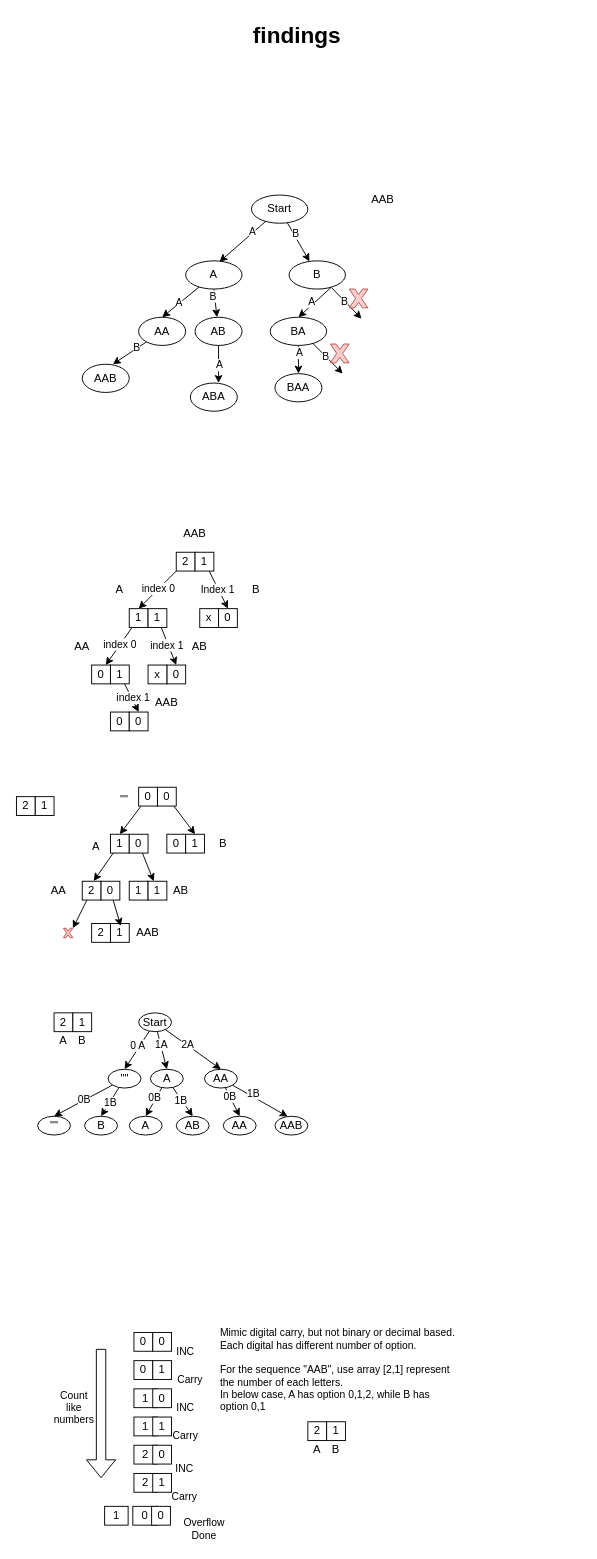
seanwangtech/leetcode-practice keeps this draw.io diagram as 20250217-1079. Letter Tile Possibilities/causal-hand-draft.drawio. Above is the earlier version. Source tidied: cells renumbered, new cells numbered last; positions are measured from the earlier drawing's top-left corner, leaving out a move shared by most shapes. Both pictures are drawn from the tidied source at 94%, with x=0, y=0 at pixel (16, 16).
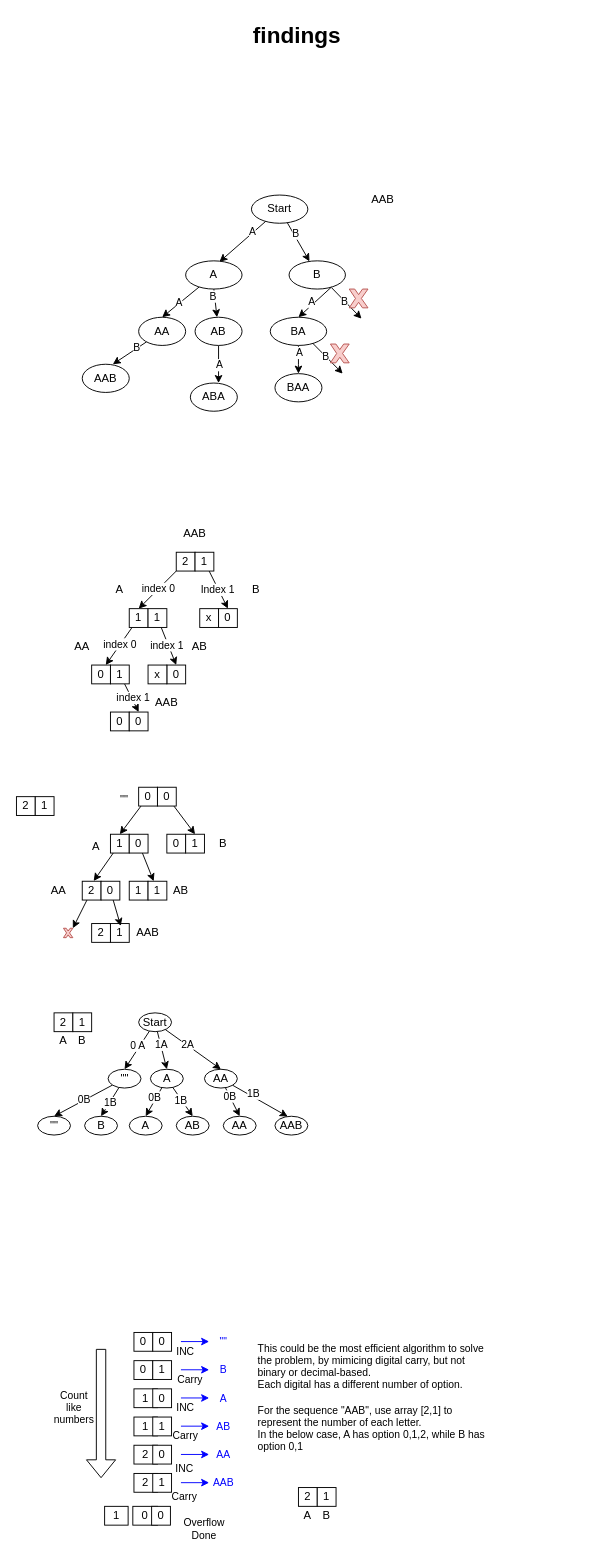
Above is the later version.

Change to the diagram source:
```diff
@@
-    <mxCell id="138" value="Mimic digital carry, but not binary or decimal based.&lt;div&gt;Each digital has different number of option.&amp;nbsp;&lt;/div&gt;&lt;div&gt;&lt;br&gt;&lt;/div&gt;&lt;div&gt;For the sequence &quot;AAB&quot;, use array [2,1] represent the number of each letters.&amp;nbsp;&lt;/div&gt;&lt;div&gt;In below case, A has option 0,1,2, while B has option 0,1&lt;/div&gt;" style="text;html=1;align=left;verticalAlign=middle;whiteSpace=wrap;rounded=0;fontFamily=Helvetica;fontSize=11;fontColor=default;labelBackgroundColor=default;" parent="1" vertex="1">
-      <mxGeometry x="215" y="1400" width="255" height="80" as="geometry" />
+    <mxCell id="138" value="&lt;div&gt;&lt;br&gt;&lt;/div&gt;&lt;div&gt;This could be the most efficient algorithm to solve the problem, by mimicing digital carry, but not binary or decimal-based.&lt;/div&gt;&lt;div&gt;Each digital has a different number of option.&amp;nbsp;&lt;/div&gt;&lt;div&gt;&lt;br&gt;&lt;/div&gt;&lt;div&gt;For the sequence &quot;AAB&quot;, use array [2,1] to represent the number of each letter.&amp;nbsp;&lt;/div&gt;&lt;div&gt;In the below case, A has option 0,1,2, while B has option 0,1&lt;/div&gt;" style="text;html=1;align=left;verticalAlign=middle;whiteSpace=wrap;rounded=0;fontFamily=Helvetica;fontSize=11;fontColor=default;labelBackgroundColor=default;" parent="1" vertex="1">
+      <mxGeometry x="255" y="1395" width="255" height="135" as="geometry" />
     </mxCell>
@@
     <mxCell id="145" value="2" style="rounded=0;whiteSpace=wrap;html=1;" parent="1" vertex="1">
-      <mxGeometry x="310" y="1495" width="20" height="20" as="geometry" />
+      <mxGeometry x="300" y="1565" width="20" height="20" as="geometry" />
     </mxCell>
     <mxCell id="146" value="1" style="rounded=0;whiteSpace=wrap;html=1;" parent="1" vertex="1">
-      <mxGeometry x="330" y="1495" width="20" height="20" as="geometry" />
+      <mxGeometry x="320" y="1565" width="20" height="20" as="geometry" />
     </mxCell>
     <mxCell id="147" value="A" style="text;html=1;align=center;verticalAlign=middle;whiteSpace=wrap;rounded=0;" parent="1" vertex="1">
-      <mxGeometry x="310" y="1515" width="20" height="20" as="geometry" />
+      <mxGeometry x="300" y="1585" width="20" height="20" as="geometry" />
     </mxCell>
     <mxCell id="148" value="B" style="text;html=1;align=center;verticalAlign=middle;whiteSpace=wrap;rounded=0;" parent="1" vertex="1">
-      <mxGeometry x="330" y="1515" width="20" height="20" as="geometry" />
+      <mxGeometry x="320" y="1585" width="20" height="20" as="geometry" />
     </mxCell>
@@
+    <mxCell id="151" value="&quot;&quot;" style="text;html=1;align=center;verticalAlign=middle;whiteSpace=wrap;rounded=0;fontFamily=Helvetica;fontSize=11;fontColor=#0000FF;labelBackgroundColor=default;" parent="1" vertex="1">
+      <mxGeometry x="202.5" y="1400" width="35" height="20" as="geometry" />
+    </mxCell>
+    <mxCell id="152" value="B" style="text;html=1;align=center;verticalAlign=middle;whiteSpace=wrap;rounded=0;fontFamily=Helvetica;fontSize=11;fontColor=#0000FF;labelBackgroundColor=default;" parent="1" vertex="1">
+      <mxGeometry x="202.5" y="1430" width="35" height="20" as="geometry" />
+    </mxCell>
+    <mxCell id="153" value="A" style="text;html=1;align=center;verticalAlign=middle;whiteSpace=wrap;rounded=0;fontFamily=Helvetica;fontSize=11;fontColor=#0000FF;labelBackgroundColor=default;" parent="1" vertex="1">
+      <mxGeometry x="202.5" y="1460" width="35" height="20" as="geometry" />
+    </mxCell>
+    <mxCell id="154" value="AB" style="text;html=1;align=center;verticalAlign=middle;whiteSpace=wrap;rounded=0;fontFamily=Helvetica;fontSize=11;fontColor=#0000FF;labelBackgroundColor=default;" parent="1" vertex="1">
+      <mxGeometry x="202.5" y="1490" width="35" height="20" as="geometry" />
+    </mxCell>
+    <mxCell id="155" value="AA" style="text;html=1;align=center;verticalAlign=middle;whiteSpace=wrap;rounded=0;fontFamily=Helvetica;fontSize=11;fontColor=#0000FF;labelBackgroundColor=default;" parent="1" vertex="1">
+      <mxGeometry x="202.5" y="1520" width="35" height="20" as="geometry" />
+    </mxCell>
+    <mxCell id="156" value="AAB" style="text;html=1;align=center;verticalAlign=middle;whiteSpace=wrap;rounded=0;fontFamily=Helvetica;fontSize=11;fontColor=#0000FF;labelBackgroundColor=default;" parent="1" vertex="1">
+      <mxGeometry x="202.5" y="1550" width="35" height="20" as="geometry" />
+    </mxCell>
+    <mxCell id="157" style="endArrow=classic;html=1;rounded=0;strokeColor=#0000FF;align=center;verticalAlign=middle;fontFamily=Helvetica;fontSize=11;fontColor=default;labelBackgroundColor=default;" parent="1" edge="1">
+      <mxGeometry relative="1" as="geometry">
+        <mxPoint x="175" y="1409.7" as="sourcePoint" />
+        <mxPoint x="205" y="1409.7" as="targetPoint" />
+      </mxGeometry>
+    </mxCell>
+    <mxCell id="158" style="endArrow=classic;html=1;rounded=0;strokeColor=#0000FF;align=center;verticalAlign=middle;fontFamily=Helvetica;fontSize=11;fontColor=default;labelBackgroundColor=default;" parent="1" edge="1">
+      <mxGeometry relative="1" as="geometry">
+        <mxPoint x="175" y="1439.7" as="sourcePoint" />
+        <mxPoint x="205" y="1439.7" as="targetPoint" />
+      </mxGeometry>
+    </mxCell>
+    <mxCell id="159" style="endArrow=classic;html=1;rounded=0;strokeColor=#0000FF;align=center;verticalAlign=middle;fontFamily=Helvetica;fontSize=11;fontColor=default;labelBackgroundColor=default;" parent="1" edge="1">
+      <mxGeometry relative="1" as="geometry">
+        <mxPoint x="175" y="1469.7" as="sourcePoint" />
+        <mxPoint x="205" y="1469.7" as="targetPoint" />
+      </mxGeometry>
+    </mxCell>
+    <mxCell id="160" style="endArrow=classic;html=1;rounded=0;strokeColor=#0000FF;align=center;verticalAlign=middle;fontFamily=Helvetica;fontSize=11;fontColor=default;labelBackgroundColor=default;" parent="1" edge="1">
+      <mxGeometry relative="1" as="geometry">
+        <mxPoint x="175" y="1499.7" as="sourcePoint" />
+        <mxPoint x="205" y="1499.7" as="targetPoint" />
+      </mxGeometry>
+    </mxCell>
+    <mxCell id="161" style="endArrow=classic;html=1;rounded=0;strokeColor=#0000FF;align=center;verticalAlign=middle;fontFamily=Helvetica;fontSize=11;fontColor=default;labelBackgroundColor=default;" parent="1" edge="1">
+      <mxGeometry relative="1" as="geometry">
+        <mxPoint x="175" y="1529.8" as="sourcePoint" />
+        <mxPoint x="205" y="1529.8" as="targetPoint" />
+      </mxGeometry>
+    </mxCell>
+    <mxCell id="162" style="endArrow=classic;html=1;rounded=0;strokeColor=#0000FF;align=center;verticalAlign=middle;fontFamily=Helvetica;fontSize=11;fontColor=default;labelBackgroundColor=default;" parent="1" edge="1">
+      <mxGeometry relative="1" as="geometry">
+        <mxPoint x="175" y="1559.8" as="sourcePoint" />
+        <mxPoint x="205" y="1559.8" as="targetPoint" />
+      </mxGeometry>
+    </mxCell>
```
